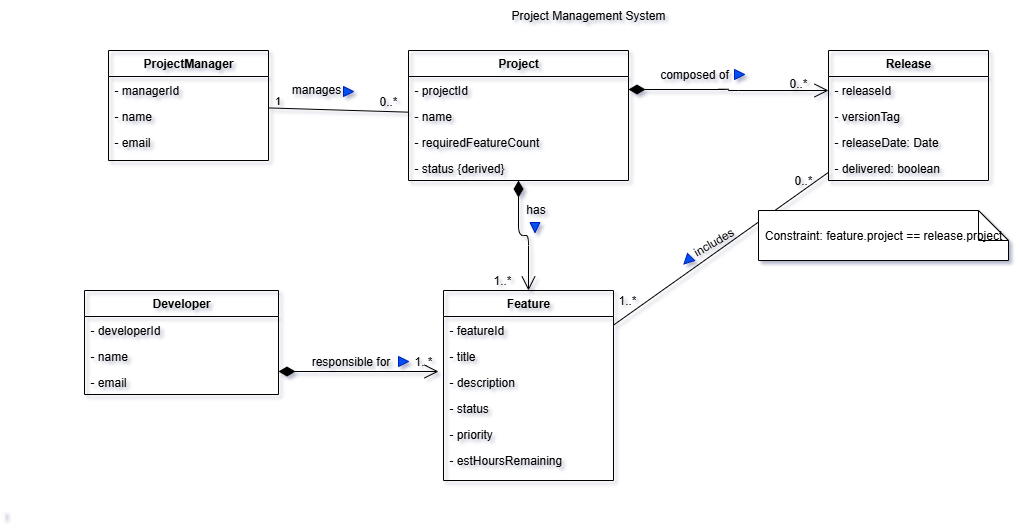
Before: MPP-RESOURCES/labs/lab2/prob1/PMS.png, a diagram exported from draw.io (helenapedro/CS401-20205-Pedro-HelenaMbeua). Source tidied: cells renumbered, new cells last; positions are measured from the earlier drawing's top-left corner, leaving out a move shared by most shapes.
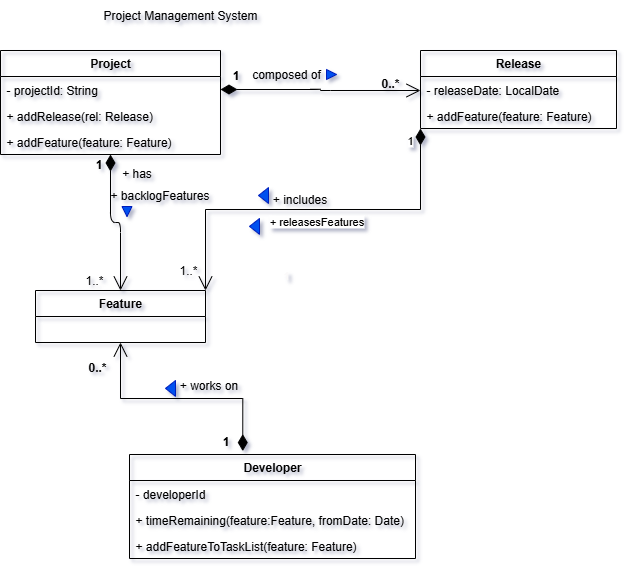
After the change.

What changed in the source:
```diff
@@ -2,101 +2,51 @@
   <root>
     <mxCell id="0" />
     <mxCell id="1" parent="0" />
-    <mxCell id="2" value="ProjectManager" style="swimlane;horizontal=1;startSize=26;fillColor=none;whiteSpace=wrap;html=1;" parent="1" vertex="1">
-      <mxGeometry x="24" y="50" width="160" height="110" as="geometry" />
-    </mxCell>
-    <mxCell id="3" value="- managerId" style="text;strokeColor=none;fillColor=none;align=left;verticalAlign=top;spacingLeft=4;whiteSpace=wrap;html=1;" parent="2" vertex="1">
-      <mxGeometry y="26" width="160" height="26" as="geometry" />
-    </mxCell>
-    <mxCell id="4" value="- name" style="text;strokeColor=none;fillColor=none;align=left;verticalAlign=top;spacingLeft=4;whiteSpace=wrap;html=1;" parent="2" vertex="1">
-      <mxGeometry y="52" width="160" height="26" as="geometry" />
-    </mxCell>
-    <mxCell id="5" value="- email" style="text;strokeColor=none;fillColor=none;align=left;verticalAlign=top;spacingLeft=4;whiteSpace=wrap;html=1;" parent="2" vertex="1">
-      <mxGeometry y="78" width="160" height="26" as="geometry" />
-    </mxCell>
     <mxCell id="6" value="Project" style="swimlane;horizontal=1;startSize=26;fillColor=none;whiteSpace=wrap;html=1;" parent="1" vertex="1">
-      <mxGeometry x="324" y="50" width="220" height="130" as="geometry" />
+      <mxGeometry x="324" y="50" width="220" height="104" as="geometry" />
     </mxCell>
-    <mxCell id="7" value="- projectId" style="text;strokeColor=none;fillColor=none;align=left;verticalAlign=top;spacingLeft=4;whiteSpace=wrap;html=1;" parent="6" vertex="1">
+    <mxCell id="7" value="- projectId: String" style="text;strokeColor=none;fillColor=none;align=left;verticalAlign=top;spacingLeft=4;whiteSpace=wrap;html=1;" parent="6" vertex="1">
       <mxGeometry y="26" width="220" height="26" as="geometry" />
     </mxCell>
-    <mxCell id="8" value="- name" style="text;strokeColor=none;fillColor=none;align=left;verticalAlign=top;spacingLeft=4;whiteSpace=wrap;html=1;" parent="6" vertex="1">
-      <mxGeometry y="52" width="220" height="26" as="geometry" />
-    </mxCell>
-    <mxCell id="9" value="- requiredFeatureCount" style="text;strokeColor=none;fillColor=none;align=left;verticalAlign=top;spacingLeft=4;whiteSpace=wrap;html=1;" parent="6" vertex="1">
-      <mxGeometry y="78" width="220" height="26" as="geometry" />
+    <mxCell id="9" value="+ addRelease(rel: Release)" style="text;strokeColor=none;fillColor=none;align=left;verticalAlign=top;spacingLeft=4;whiteSpace=wrap;html=1;" parent="6" vertex="1">
+      <mxGeometry y="52" width="220" height="26" as="geometry" />
     </mxCell>
-    <mxCell id="10" value="- status {derived}" style="text;strokeColor=none;fillColor=none;align=left;verticalAlign=top;spacingLeft=4;whiteSpace=wrap;html=1;" parent="6" vertex="1">
-      <mxGeometry y="104" width="220" height="26" as="geometry" />
+    <mxCell id="10" value="+ addFeature(feature: Feature)" style="text;strokeColor=none;fillColor=none;align=left;verticalAlign=top;spacingLeft=4;whiteSpace=wrap;html=1;" parent="6" vertex="1">
+      <mxGeometry y="78" width="220" height="26" as="geometry" />
     </mxCell>
     <mxCell id="11" value="Release" style="swimlane;horizontal=1;startSize=26;fillColor=none;whiteSpace=wrap;html=1;" parent="1" vertex="1">
-      <mxGeometry x="744" y="50" width="160" height="130" as="geometry" />
+      <mxGeometry x="744" y="50" width="196" height="78" as="geometry" />
     </mxCell>
-    <mxCell id="12" value="- releaseId" style="text;strokeColor=none;fillColor=none;align=left;verticalAlign=top;spacingLeft=4;whiteSpace=wrap;html=1;" parent="11" vertex="1">
-      <mxGeometry y="26" width="160" height="26" as="geometry" />
-    </mxCell>
-    <mxCell id="13" value="- versionTag" style="text;strokeColor=none;fillColor=none;align=left;verticalAlign=top;spacingLeft=4;whiteSpace=wrap;html=1;" parent="11" vertex="1">
-      <mxGeometry y="52" width="160" height="26" as="geometry" />
-    </mxCell>
-    <mxCell id="14" value="- releaseDate: Date" style="text;strokeColor=none;fillColor=none;align=left;verticalAlign=top;spacingLeft=4;whiteSpace=wrap;html=1;" parent="11" vertex="1">
-      <mxGeometry y="78" width="160" height="26" as="geometry" />
+    <mxCell id="14" value="- releaseDate: LocalDate" style="text;strokeColor=none;fillColor=none;align=left;verticalAlign=top;spacingLeft=4;whiteSpace=wrap;html=1;" parent="11" vertex="1">
+      <mxGeometry y="26" width="196" height="26" as="geometry" />
     </mxCell>
-    <mxCell id="15" value="- delivered: boolean" style="text;strokeColor=none;fillColor=none;align=left;verticalAlign=top;spacingLeft=4;whiteSpace=wrap;html=1;" parent="11" vertex="1">
-      <mxGeometry y="104" width="160" height="26" as="geometry" />
+    <mxCell id="15" value="+ addFeature(feature: Feature)" style="text;strokeColor=none;fillColor=none;align=left;verticalAlign=top;spacingLeft=4;whiteSpace=wrap;html=1;" parent="11" vertex="1">
+      <mxGeometry y="52" width="196" height="26" as="geometry" />
     </mxCell>
     <mxCell id="16" value="Feature" style="swimlane;horizontal=1;startSize=26;fillColor=none;whiteSpace=wrap;html=1;" parent="1" vertex="1">
-      <mxGeometry x="359" y="290" width="170" height="190" as="geometry" />
+      <mxGeometry x="359" y="290" width="170" height="52" as="geometry" />
     </mxCell>
-    <mxCell id="17" value="- featureId" style="text;strokeColor=none;fillColor=none;align=left;verticalAlign=top;spacingLeft=4;whiteSpace=wrap;html=1;" parent="16" vertex="1">
-      <mxGeometry y="26" width="170" height="26" as="geometry" />
-    </mxCell>
-    <mxCell id="18" value="- title" style="text;strokeColor=none;fillColor=none;align=left;verticalAlign=top;spacingLeft=4;whiteSpace=wrap;html=1;" parent="16" vertex="1">
-      <mxGeometry y="52" width="170" height="26" as="geometry" />
-    </mxCell>
-    <mxCell id="19" value="- description" style="text;strokeColor=none;fillColor=none;align=left;verticalAlign=top;spacingLeft=4;whiteSpace=wrap;html=1;" parent="16" vertex="1">
-      <mxGeometry y="78" width="170" height="26" as="geometry" />
-    </mxCell>
-    <mxCell id="20" value="- status" style="text;strokeColor=none;fillColor=none;align=left;verticalAlign=top;spacingLeft=4;whiteSpace=wrap;html=1;" parent="16" vertex="1">
-      <mxGeometry y="104" width="170" height="26" as="geometry" />
-    </mxCell>
-    <mxCell id="21" value="- priority" style="text;strokeColor=none;fillColor=none;align=left;verticalAlign=top;spacingLeft=4;whiteSpace=wrap;html=1;" parent="16" vertex="1">
-      <mxGeometry y="130" width="170" height="26" as="geometry" />
-    </mxCell>
-    <mxCell id="22" value="- estHoursRemaining" style="text;strokeColor=none;fillColor=none;align=left;verticalAlign=top;spacingLeft=4;whiteSpace=wrap;html=1;" parent="16" vertex="1">
-      <mxGeometry y="156" width="170" height="26" as="geometry" />
-    </mxCell>
     <mxCell id="23" value="Developer" style="swimlane;horizontal=1;startSize=26;fillColor=none;whiteSpace=wrap;html=1;" parent="1" vertex="1">
-      <mxGeometry y="290" width="194" height="104" as="geometry" />
+      <mxGeometry x="453" y="454" width="286" height="104" as="geometry" />
     </mxCell>
     <mxCell id="24" value="- developerId" style="text;strokeColor=none;fillColor=none;align=left;verticalAlign=top;spacingLeft=4;whiteSpace=wrap;html=1;" parent="23" vertex="1">
-      <mxGeometry y="26" width="194" height="26" as="geometry" />
+      <mxGeometry y="26" width="286" height="26" as="geometry" />
     </mxCell>
-    <mxCell id="25" value="- name" style="text;strokeColor=none;fillColor=none;align=left;verticalAlign=top;spacingLeft=4;whiteSpace=wrap;html=1;" parent="23" vertex="1">
-      <mxGeometry y="52" width="194" height="26" as="geometry" />
+    <mxCell id="25" value="+ timeRemaining(feature:Feature, fromDate: Date)" style="text;strokeColor=none;fillColor=none;align=left;verticalAlign=top;spacingLeft=4;whiteSpace=wrap;html=1;" parent="23" vertex="1">
+      <mxGeometry y="52" width="286" height="26" as="geometry" />
     </mxCell>
-    <mxCell id="26" value="- email" style="text;strokeColor=none;fillColor=none;align=left;verticalAlign=top;spacingLeft=4;whiteSpace=wrap;html=1;" parent="23" vertex="1">
-      <mxGeometry y="78" width="194" height="26" as="geometry" />
+    <mxCell id="26" value="+ addFeatureToTaskList(feature: Feature)" style="text;strokeColor=none;fillColor=none;align=left;verticalAlign=top;spacingLeft=4;whiteSpace=wrap;html=1;" parent="23" vertex="1">
+      <mxGeometry y="78" width="286" height="26" as="geometry" />
     </mxCell>
     <mxCell id="27" value="Project Management System" style="text;html=1;align=center;verticalAlign=middle;whiteSpace=wrap;rounded=0;" parent="1" vertex="1">
       <mxGeometry x="354" width="300" height="30" as="geometry" />
     </mxCell>
-    <mxCell id="28" style="endArrow=none;html=1;rounded=0;" parent="1" edge="1" source="2" target="6">
-      <mxGeometry relative="1" as="geometry" />
-    </mxCell>
-    <mxCell id="29" value="1" style="edgeLabel;html=1;align=center;verticalAlign=middle;labelBackgroundColor=none;" parent="28" vertex="1">
-      <mxGeometry x="-0.8" y="8" relative="1" as="geometry">
-        <mxPoint x="-6" as="offset" />
-      </mxGeometry>
-    </mxCell>
-    <mxCell id="30" value="0..*" style="text;html=1;align=center;verticalAlign=middle;whiteSpace=wrap;rounded=0;" parent="1" vertex="1">
-      <mxGeometry x="284" y="86" width="40" height="30" as="geometry" />
-    </mxCell>
     <mxCell id="31" style="endArrow=open;endSize=12;startArrow=diamondThin;startSize=14;startFill=1;edgeStyle=orthogonalEdgeStyle;html=1;exitX=1;exitY=0.5;exitDx=0;exitDy=0;" parent="1" edge="1" source="7">
       <mxGeometry relative="1" as="geometry">
         <mxPoint x="744" y="90" as="targetPoint" />
       </mxGeometry>
     </mxCell>
-    <mxCell id="32" value="0..*" style="text;html=1;align=center;verticalAlign=middle;whiteSpace=wrap;rounded=0;" parent="1" vertex="1">
+    <mxCell id="32" value="&lt;b&gt;0..*&lt;/b&gt;" style="text;html=1;align=center;verticalAlign=middle;whiteSpace=wrap;rounded=0;" parent="1" vertex="1">
       <mxGeometry x="684" y="68" width="60" height="30" as="geometry" />
     </mxCell>
     <mxCell id="33" style="endArrow=open;endSize=12;startArrow=diamondThin;startSize=14;startFill=1;edgeStyle=orthogonalEdgeStyle;html=1;" parent="1" edge="1" source="6" target="16">
@@ -105,57 +55,63 @@
     <mxCell id="34" value="1..*" style="text;html=1;align=center;verticalAlign=middle;whiteSpace=wrap;rounded=0;" parent="1" vertex="1">
       <mxGeometry x="388" y="265" width="60" height="30" as="geometry" />
     </mxCell>
-    <mxCell id="35" style="endArrow=none;html=1;rounded=0;" parent="1" edge="1" source="16" target="11">
-      <mxGeometry relative="1" as="geometry" />
-    </mxCell>
-    <mxCell id="36" value="0..*" style="text;html=1;align=center;verticalAlign=middle;whiteSpace=wrap;rounded=0;" parent="1" vertex="1">
-      <mxGeometry x="694" y="170" width="50" height="20" as="geometry" />
-    </mxCell>
     <mxCell id="37" value="1..*" style="text;html=1;align=center;verticalAlign=middle;whiteSpace=wrap;rounded=0;" parent="1" vertex="1">
-      <mxGeometry x="523" y="290" width="40" height="20" as="geometry" />
+      <mxGeometry x="492" y="260" width="40" height="20" as="geometry" />
     </mxCell>
-    <mxCell id="38" value="1..*" style="text;html=1;align=center;verticalAlign=middle;whiteSpace=wrap;rounded=0;" parent="1" vertex="1">
-      <mxGeometry x="324" y="351" width="30" height="20" as="geometry" />
+    <mxCell id="38" value="&lt;b&gt;0..*&lt;/b&gt;" style="text;html=1;align=center;verticalAlign=middle;whiteSpace=wrap;rounded=0;" parent="1" vertex="1">
+      <mxGeometry x="406" y="357" width="30" height="20" as="geometry" />
     </mxCell>
-    <mxCell id="39" value="Constraint: feature.project == release.project" style="shape=note;whiteSpace=wrap;html=1;rounded=0;" parent="1" vertex="1">
-      <mxGeometry x="674" y="210" width="250" height="50" as="geometry" />
-    </mxCell>
-    <mxCell id="40" value="manages" style="text;html=1;align=center;verticalAlign=middle;whiteSpace=wrap;rounded=0;" parent="1" vertex="1">
-      <mxGeometry x="202" y="74" width="60" height="30" as="geometry" />
-    </mxCell>
     <mxCell id="41" value="composed of" style="text;html=1;align=center;verticalAlign=middle;whiteSpace=wrap;rounded=0;" parent="1" vertex="1">
       <mxGeometry x="574" y="59" width="72" height="30" as="geometry" />
     </mxCell>
-    <mxCell id="42" style="shape=triangle;fillColor=#0050ef;strokeColor=#001DBC;fontColor=#ffffff;" parent="1" vertex="1">
-      <mxGeometry x="259" y="86" width="10" height="10" as="geometry" />
-    </mxCell>
-    <mxCell id="43" style="shape=triangle;fillColor=#0050ef;strokeColor=#001DBC;fontColor=#ffffff;" parent="1" vertex="1">
-      <mxGeometry x="314" y="356" width="10" height="10" as="geometry" />
-    </mxCell>
     <mxCell id="44" style="shape=triangle;fillColor=#0050ef;strokeColor=#001DBC;fontColor=#ffffff;" parent="1" vertex="1">
       <mxGeometry x="650" y="69" width="10" height="10" as="geometry" />
     </mxCell>
-    <mxCell id="45" value="has" style="text;html=1;align=center;verticalAlign=middle;strokeColor=none;fillColor=none;" parent="1" vertex="1">
-      <mxGeometry x="432" y="196" width="37" height="26" as="geometry" />
+    <mxCell id="45" value="+ backlogFeatures" style="text;html=1;align=center;verticalAlign=middle;strokeColor=none;fillColor=none;" parent="1" vertex="1">
+      <mxGeometry x="424" y="182" width="117" height="26" as="geometry" />
     </mxCell>
     <mxCell id="46" style="shape=triangle;fillColor=#0050ef;strokeColor=#001DBC;fontColor=#ffffff;rotation=90;" parent="1" vertex="1">
-      <mxGeometry x="445.5" y="222" width="10" height="10" as="geometry" />
+      <mxGeometry x="445.5" y="206" width="10" height="10" as="geometry" />
     </mxCell>
-    <mxCell id="47" value="includes" style="text;html=1;align=center;verticalAlign=middle;strokeColor=none;fillColor=none;rotation=-30;" parent="1" vertex="1">
-      <mxGeometry x="598" y="229" width="62" height="26" as="geometry" />
+    <mxCell id="47" value="+ includes" style="text;html=1;align=center;verticalAlign=middle;strokeColor=none;fillColor=none;rotation=0;" parent="1" vertex="1">
+      <mxGeometry x="587" y="186" width="72" height="26" as="geometry" />
     </mxCell>
-    <mxCell id="48" style="shape=triangle;fillColor=#0050ef;strokeColor=#001DBC;fontColor=#ffffff;rotation=-225;" parent="1" vertex="1">
-      <mxGeometry x="598" y="255" width="10" height="10" as="geometry" />
+    <mxCell id="48" style="shape=triangle;fillColor=#0050ef;strokeColor=#001DBC;fontColor=#ffffff;rotation=-180;" parent="1" vertex="1">
+      <mxGeometry x="582" y="187.1" width="10" height="15.8" as="geometry" />
     </mxCell>
-    <mxCell id="49" value="responsible for" style="text;html=1;align=center;verticalAlign=middle;strokeColor=none;fillColor=none;rotation=0;" parent="1" vertex="1">
-      <mxGeometry x="217" y="348" width="97" height="26" as="geometry" />
+    <mxCell id="49" value="+ works on" style="text;html=1;align=center;verticalAlign=middle;strokeColor=none;fillColor=none;rotation=0;" parent="1" vertex="1">
+      <mxGeometry x="494" y="372" width="76" height="26" as="geometry" />
     </mxCell>
-    <mxCell id="50" value="&lt;font style=&quot;color: light-dark(rgb(251, 249, 249), rgb(237, 237, 237));&quot;&gt;1&lt;/font&gt;" style="endArrow=open;html=1;endSize=12;startArrow=diamondThin;startSize=14;startFill=1;edgeStyle=orthogonalEdgeStyle;align=left;verticalAlign=bottom;rounded=0;labelBackgroundColor=none;" parent="1" edge="1">
+    <mxCell id="50" value="&lt;font style=&quot;color: light-dark(rgb(251, 249, 249), rgb(237, 237, 237));&quot;&gt;1&lt;/font&gt;" style="endArrow=open;html=1;endSize=12;startArrow=diamondThin;startSize=14;startFill=1;edgeStyle=orthogonalEdgeStyle;align=left;verticalAlign=bottom;rounded=0;labelBackgroundColor=none;exitX=0.396;exitY=-0.033;exitDx=0;exitDy=0;exitPerimeter=0;entryX=0.5;entryY=1;entryDx=0;entryDy=0;" parent="1" edge="1" source="23" target="16">
       <mxGeometry x="-1" y="-319" relative="1" as="geometry">
-        <mxPoint x="194" y="371" as="sourcePoint" />
-        <mxPoint x="354" y="371" as="targetPoint" />
         <mxPoint x="-280" y="-167" as="offset" />
       </mxGeometry>
     </mxCell>
+    <mxCell id="51" value="&lt;b&gt;1&lt;/b&gt;" style="text;html=1;align=center;verticalAlign=middle;strokeColor=none;fillColor=none;" parent="1" vertex="1">
+      <mxGeometry x="536" y="428" width="25" height="26" as="geometry" />
+    </mxCell>
+    <mxCell id="52" value="&lt;b&gt;1&lt;/b&gt;" style="text;html=1;align=center;verticalAlign=middle;strokeColor=none;fillColor=none;" parent="1" vertex="1">
+      <mxGeometry x="546" y="62" width="25" height="26" as="geometry" />
+    </mxCell>
+    <mxCell id="53" value="1" style="endArrow=open;html=1;endSize=12;startArrow=diamondThin;startSize=14;startFill=1;edgeStyle=orthogonalEdgeStyle;align=left;verticalAlign=bottom;rounded=0;entryX=1;entryY=0;entryDx=0;entryDy=0;exitX=0;exitY=1;exitDx=0;exitDy=0;" parent="1" edge="1" source="15" target="16">
+      <mxGeometry x="-0.89" y="-15" relative="1" as="geometry" />
+    </mxCell>
+    <mxCell id="54" value="+ releasesFeatures" style="edgeLabel;html=1;align=center;verticalAlign=middle;" parent="53" vertex="1">
+      <mxGeometry x="0.19" y="9" relative="1" as="geometry">
+        <mxPoint x="38" y="2" as="offset" />
+      </mxGeometry>
+    </mxCell>
+    <mxCell id="55" value="+ has" style="text;html=1;align=center;verticalAlign=middle;strokeColor=none;fillColor=none;" parent="1" vertex="1">
+      <mxGeometry x="436" y="160" width="48" height="26" as="geometry" />
+    </mxCell>
+    <mxCell id="56" value="&lt;b&gt;1&lt;/b&gt;" style="text;html=1;align=center;verticalAlign=middle;strokeColor=none;fillColor=none;" parent="1" vertex="1">
+      <mxGeometry x="409" y="151" width="25" height="26" as="geometry" />
+    </mxCell>
+    <mxCell id="57" style="shape=triangle;fillColor=#0050ef;strokeColor=#001DBC;fontColor=#ffffff;rotation=-180;" parent="1" vertex="1">
+      <mxGeometry x="573" y="218" width="10" height="15.8" as="geometry" />
+    </mxCell>
+    <mxCell id="58" style="shape=triangle;fillColor=#0050ef;strokeColor=#001DBC;fontColor=#ffffff;rotation=-180;" parent="1" vertex="1">
+      <mxGeometry x="489" y="380" width="10" height="15.8" as="geometry" />
+    </mxCell>
   </root>
 </mxGraphModel>
```
